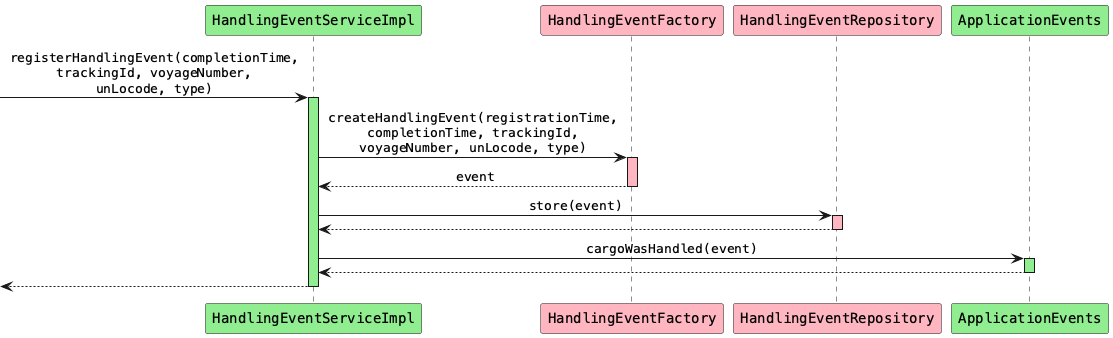
Before: src/site/resources/diagrams/HandlingEventServiceImpl_registerHandlingEvent.png, a diagram exported from PlantUML (aowss/dddsample-core). Source of this version:
```plantuml
@startuml
skinparam monochrome false
skinparam defaultFontName Courier
skinparam sequenceMessageAlign center

participant "HandlingEventServiceImpl" as hes #lightgreen
participant "HandlingEventFactory" as hef #lightpink
participant "HandlingEventRepository" as her #lightpink
participant "ApplicationEvents" as ae #lightgreen

[-> hes: registerHandlingEvent(completionTime,\ntrackingId, voyageNumber,\nunLocode, type)
activate hes #lightgreen

hes -> hef: createHandlingEvent(registrationTime,\ncompletionTime, trackingId,\nvoyageNumber, unLocode, type)
activate hef #lightpink
hef --> hes: event
deactivate hef

hes -> her: store(event)
activate her #lightpink
her --> hes
deactivate her

hes -> ae: cargoWasHandled(event)
activate ae #lightgreen
ae --> hes
deactivate ae

[<-- hes
deactivate hes

@enduml
```
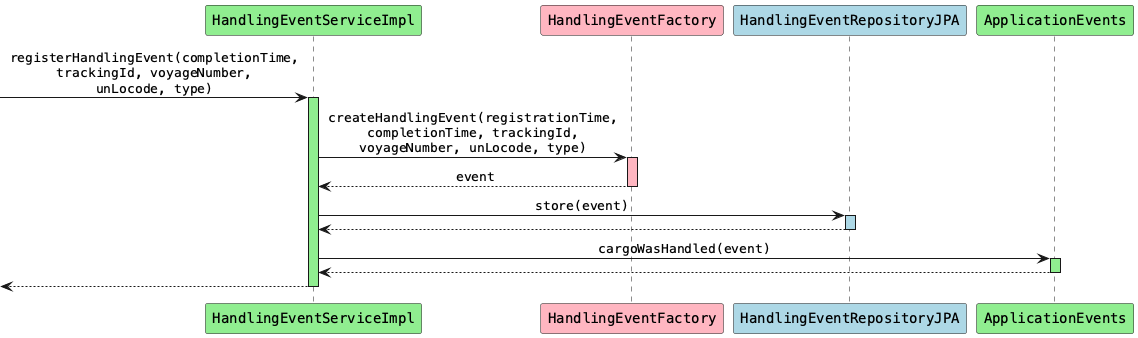
The same diagram one commit later.

Diff of the diagram source:
```diff
@@ -5,7 +5,7 @@
 
 participant "HandlingEventServiceImpl" as hes #lightgreen
 participant "HandlingEventFactory" as hef #lightpink
-participant "HandlingEventRepository" as her #lightpink
+participant "HandlingEventRepositoryJPA" as her #lightblue
 participant "ApplicationEvents" as ae #lightgreen
 
 [-> hes: registerHandlingEvent(completionTime,\ntrackingId, voyageNumber,\nunLocode, type)
@@ -17,7 +17,7 @@
 deactivate hef
 
 hes -> her: store(event)
-activate her #lightpink
+activate her #lightblue
 her --> hes
 deactivate her
 
```
